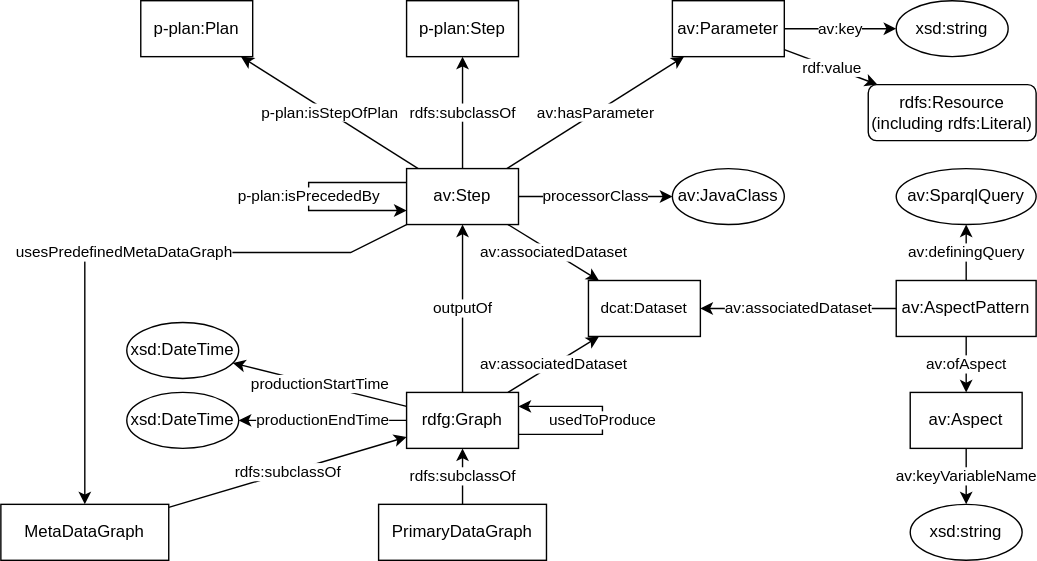
The draw.io diagram executionGraph.svg in fusion-jena/abecto-vocabulary, before a commit. Source tidied: cells renumbered, new cells last; positions are measured from the earlier drawing's top-left corner, leaving out a move shared by most shapes.
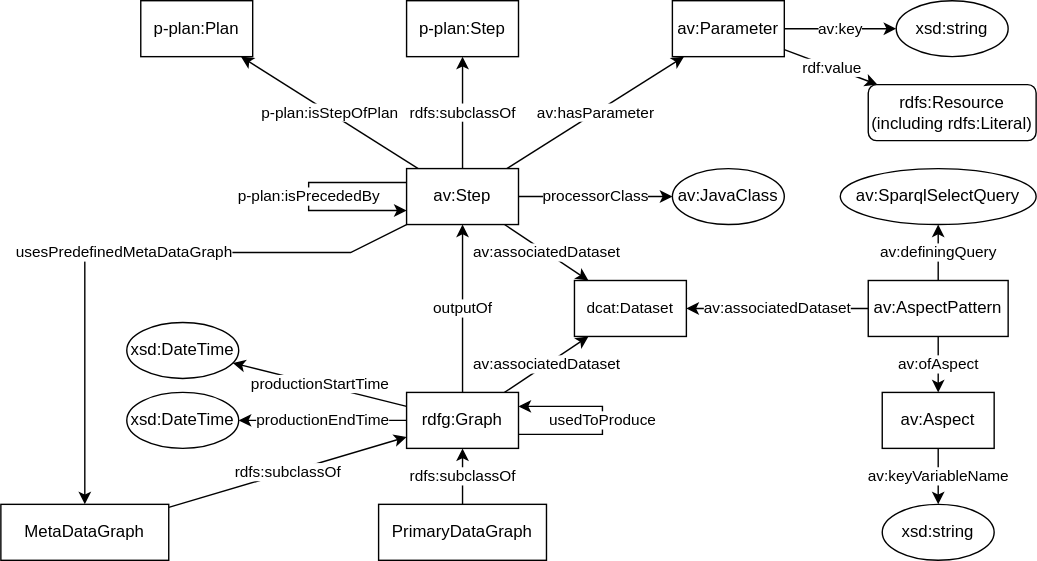
After the commit.

What changed in the source:
```diff
@@ -29,7 +29,7 @@
       <mxGeometry x="100" width="80" height="40" as="geometry" />
     </mxCell>
     <mxCell id="9" value="&lt;span style=&quot;font-size: 11px ; background-color: rgb(255 , 255 , 255)&quot;&gt;dcat:Dataset&lt;/span&gt;" style="whiteSpace=wrap;html=1;" parent="1" vertex="1">
-      <mxGeometry x="420" y="200" width="80" height="40" as="geometry" />
+      <mxGeometry x="410" y="200" width="80" height="40" as="geometry" />
     </mxCell>
     <mxCell id="10" value="av:JavaClass" style="ellipse;whiteSpace=wrap;html=1;" parent="1" vertex="1">
       <mxGeometry x="480" y="120" width="80" height="40" as="geometry" />
@@ -102,22 +102,22 @@
       <mxGeometry relative="1" as="geometry" />
     </mxCell>
     <mxCell id="30" value="av:Aspect" style="whiteSpace=wrap;html=1;" parent="1" vertex="1">
-      <mxGeometry x="650" y="280" width="80" height="40" as="geometry" />
+      <mxGeometry x="630" y="280" width="80" height="40" as="geometry" />
     </mxCell>
     <mxCell id="31" value="av:definingQuery" style="edgeStyle=none;rounded=0;jettySize=auto;html=1;" parent="1" edge="1" source="32" target="34">
       <mxGeometry relative="1" as="geometry" />
     </mxCell>
     <mxCell id="32" value="av:AspectPattern" style="whiteSpace=wrap;html=1;" parent="1" vertex="1">
-      <mxGeometry x="640" y="200" width="100" height="40" as="geometry" />
+      <mxGeometry x="620" y="200" width="100" height="40" as="geometry" />
     </mxCell>
     <mxCell id="33" value="av:associatedDataset" style="jettySize=auto;html=1;rounded=0;" parent="1" edge="1" source="32" target="9">
       <mxGeometry relative="1" as="geometry" />
     </mxCell>
-    <mxCell id="34" value="av:SparqlQuery" style="ellipse;whiteSpace=wrap;html=1;" parent="1" vertex="1">
-      <mxGeometry x="640" y="120" width="100" height="40" as="geometry" />
+    <mxCell id="34" value="av:SparqlSelectQuery" style="ellipse;whiteSpace=wrap;html=1;" parent="1" vertex="1">
+      <mxGeometry x="600" y="120" width="140" height="40" as="geometry" />
     </mxCell>
     <mxCell id="35" value="xsd:string" style="ellipse;whiteSpace=wrap;html=1;" parent="1" vertex="1">
-      <mxGeometry x="650" y="360" width="80" height="40" as="geometry" />
+      <mxGeometry x="630" y="360" width="80" height="40" as="geometry" />
     </mxCell>
     <mxCell id="36" value="p-plan:Step" style="whiteSpace=wrap;html=1;" parent="1" vertex="1">
       <mxGeometry x="290" width="80" height="40" as="geometry" />
```
